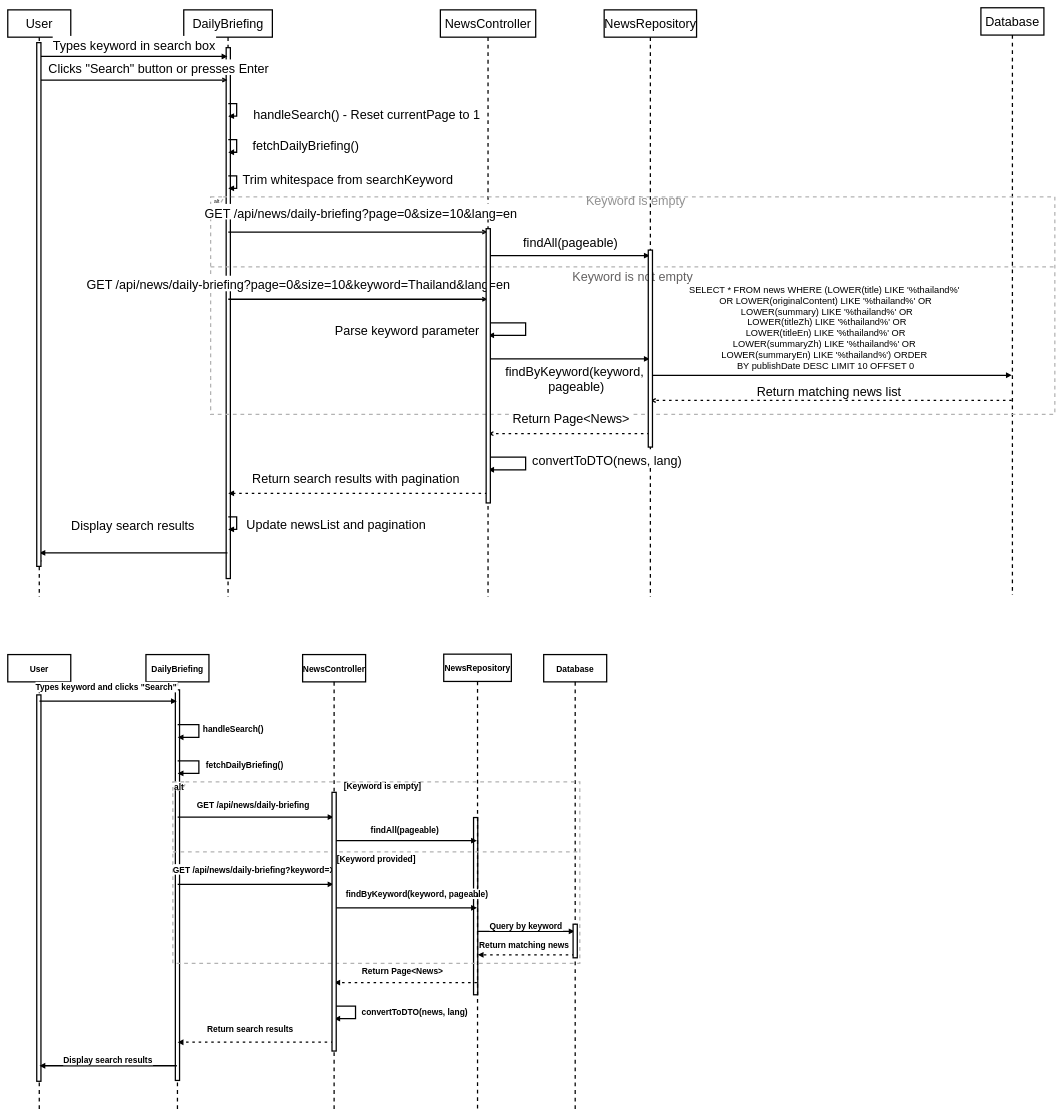
Above: page "SD06" (6 of 24) of SequeDagram.drawio in pzyllll/Graduation-project-document (draw.io), before the change. Source tidied: cells renumbered, new cells numbered last; positions are measured from the earlier drawing's top-left corner, leaving out a move shared by most shapes. Both pictures are drawn from the tidied source at 42%, with x=0, y=0 at pixel (8, 8).
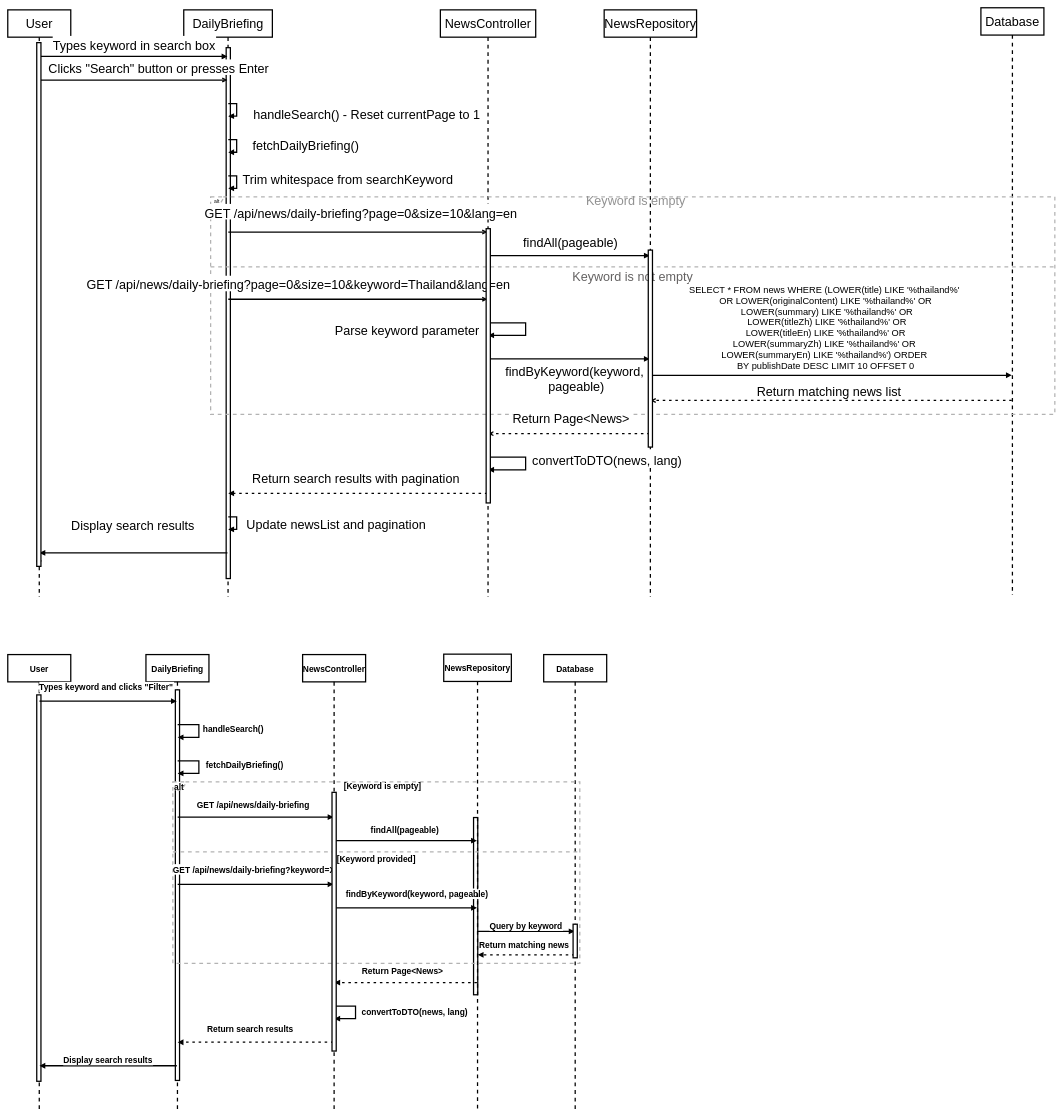
Above is the later version.

The change refers to these unchanged cells:
```xml
<mxCell id="34" value="User" style="shape=umlLifeline;perimeter=lifelinePerimeter;whiteSpace=wrap;outlineConnect=0;portConstraint=eastwest;newEdgeStyle={&quot;edgeStyle&quot;:&quot;elbowEdgeStyle&quot;,&quot;elbow&quot;:&quot;vertical&quot;,&quot;curved&quot;:0,&quot;rounded&quot;:0};size=65;strokeWidth=3;fontSize=20;fontStyle=1;" parent="1" vertex="1">
  <mxGeometry y="1540" width="150" height="1084" as="geometry" />
</mxCell>
<mxCell id="36" value="DailyBriefing" style="shape=umlLifeline;perimeter=lifelinePerimeter;whiteSpace=wrap;outlineConnect=0;portConstraint=eastwest;newEdgeStyle={&quot;edgeStyle&quot;:&quot;elbowEdgeStyle&quot;,&quot;elbow&quot;:&quot;vertical&quot;,&quot;curved&quot;:0,&quot;rounded&quot;:0};size=65;strokeWidth=3;fontSize=20;fontStyle=1;" parent="1" vertex="1">
  <mxGeometry x="329" y="1540" width="150" height="1084" as="geometry" />
</mxCell>
```

Change to the diagram source:
```diff
@@
-    <mxCell id="44" value="Types keyword and clicks &quot;Search&quot;" style="verticalAlign=bottom;edgeStyle=elbowEdgeStyle;elbow=vertical;curved=0;rounded=0;endArrow=block;strokeWidth=3;fontSize=20;fontStyle=1;" parent="1" edge="1" source="34" target="36">
+    <mxCell id="44" value="Types keyword and clicks &quot;Filter&quot;" style="verticalAlign=bottom;edgeStyle=elbowEdgeStyle;elbow=vertical;curved=0;rounded=0;endArrow=block;strokeWidth=3;fontSize=20;fontStyle=1;" parent="1" edge="1" source="34" target="36">
       <mxGeometry x="-0.02" y="20" relative="1" as="geometry">
         <Array as="points">
           <mxPoint x="248" y="1651" />
         </Array>
         <mxPoint x="-1" as="offset" />
       </mxGeometry>
     </mxCell>
```
